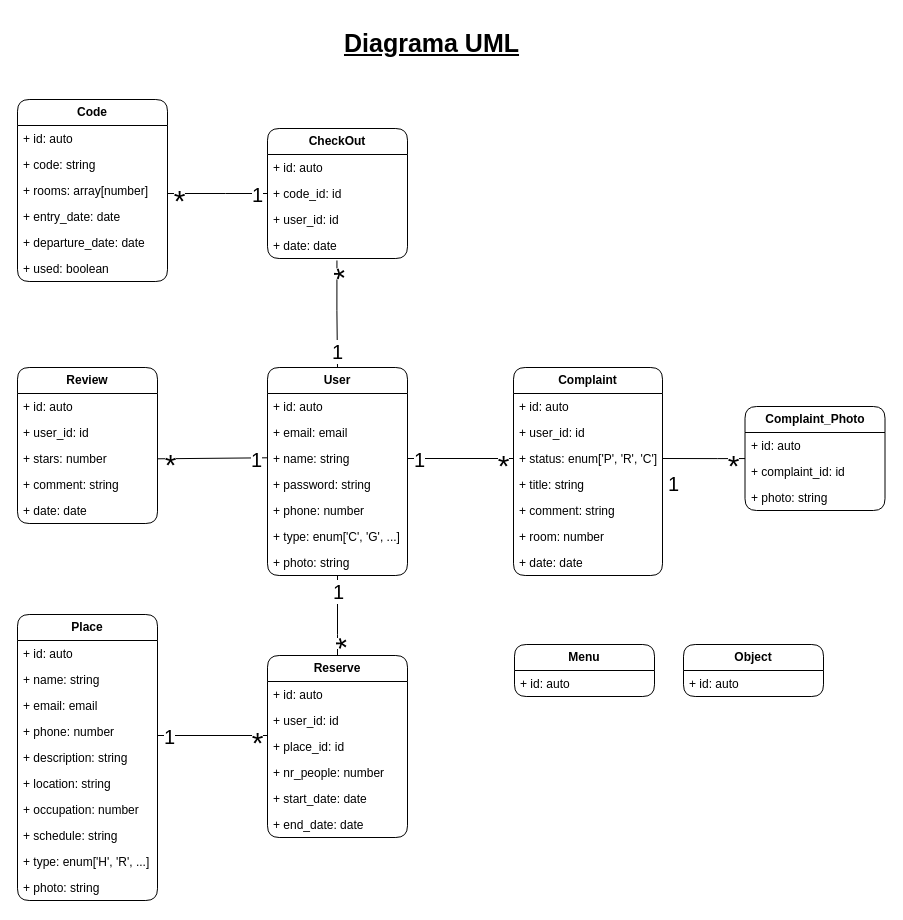
Happy-Guest/HG-Notes keeps this draw.io diagram as page "Diagrama UML" (1 of 2) of HappyGuest.drawio. Above is the earlier version. Source tidied: cells renumbered, new cells numbered last; positions are measured from the earlier drawing's top-left corner, leaving out a move shared by most shapes. Both pictures are drawn from the tidied source at 100%, with x=0, y=0 at pixel (17, 17).
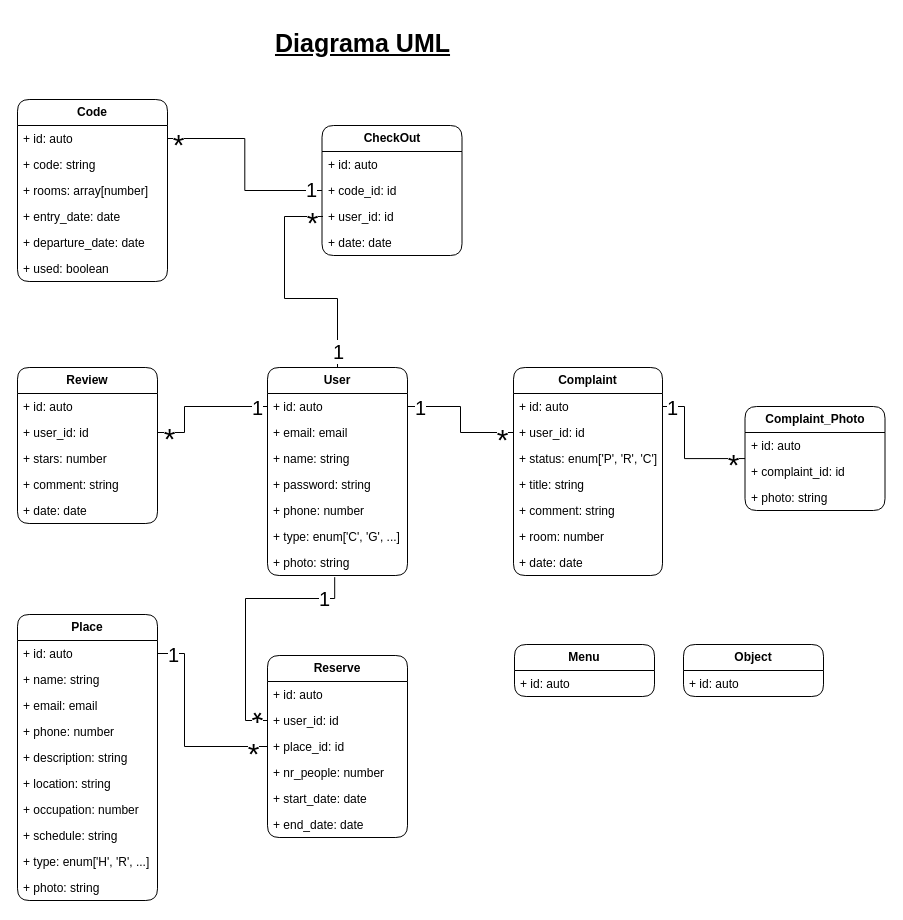
Above is the later version.

Commit message:
Actualizar UML

Unchanged cells that the change refers to:
```xml
<mxCell id="2" value="&lt;b&gt;User&lt;/b&gt;" style="swimlane;fontStyle=0;horizontal=1;startSize=26;fillColor=none;whiteSpace=wrap;html=1;perimeterSpacing=0;rounded=1;" parent="1" vertex="1">
  <mxGeometry x="250" y="350" width="140" height="208" as="geometry" />
</mxCell>
<mxCell id="3" value="+ id: auto" style="text;strokeColor=none;fillColor=none;align=left;verticalAlign=top;spacingLeft=4;spacingRight=4;overflow=hidden;points=[[0,0.5],[1,0.5]];portConstraint=eastwest;whiteSpace=wrap;html=1;" parent="2" vertex="1">
  <mxGeometry y="26" width="140" height="26" as="geometry" />
</mxCell>
<mxCell id="5" value="+ name: string" style="text;strokeColor=none;fillColor=none;align=left;verticalAlign=top;spacingLeft=4;spacingRight=4;overflow=hidden;points=[[0,0.5],[1,0.5]];portConstraint=eastwest;whiteSpace=wrap;html=1;" parent="2" vertex="1">
  <mxGeometry y="78" width="140" height="26" as="geometry" />
</mxCell>
<mxCell id="9" value="+ photo: string" style="text;strokeColor=none;fillColor=none;align=left;verticalAlign=top;spacingLeft=4;spacingRight=4;overflow=hidden;points=[[0,0.5],[1,0.5]];portConstraint=eastwest;whiteSpace=wrap;html=1;" parent="2" vertex="1">
  <mxGeometry y="182" width="140" height="26" as="geometry" />
</mxCell>
<mxCell id="12" value="+ id: auto" style="text;strokeColor=none;fillColor=none;align=left;verticalAlign=top;spacingLeft=4;spacingRight=4;overflow=hidden;points=[[0,0.5],[1,0.5]];portConstraint=eastwest;whiteSpace=wrap;html=1;" parent="11" vertex="1">
  <mxGeometry y="26" width="150" height="26" as="geometry" />
</mxCell>
<mxCell id="19" value="+ id: auto" style="text;strokeColor=none;fillColor=none;align=left;verticalAlign=top;spacingLeft=4;spacingRight=4;overflow=hidden;points=[[0,0.5],[1,0.5]];portConstraint=eastwest;whiteSpace=wrap;html=1;" parent="18" vertex="1">
  <mxGeometry y="26" width="149" height="26" as="geometry" />
</mxCell>
<mxCell id="20" value="+ user_id: id" style="text;strokeColor=none;fillColor=none;align=left;verticalAlign=top;spacingLeft=4;spacingRight=4;overflow=hidden;points=[[0,0.5],[1,0.5]];portConstraint=eastwest;whiteSpace=wrap;html=1;" parent="18" vertex="1">
  <mxGeometry y="52" width="149" height="26" as="geometry" />
</mxCell>
<mxCell id="21" value="+ status: enum['P', 'R', 'C']" style="text;strokeColor=none;fillColor=none;align=left;verticalAlign=top;spacingLeft=4;spacingRight=4;overflow=hidden;points=[[0,0.5],[1,0.5]];portConstraint=eastwest;whiteSpace=wrap;html=1;" parent="18" vertex="1">
  <mxGeometry y="78" width="149" height="26" as="geometry" />
</mxCell>
<mxCell id="23" value="+ comment: string" style="text;strokeColor=none;fillColor=none;align=left;verticalAlign=top;spacingLeft=4;spacingRight=4;overflow=hidden;points=[[0,0.5],[1,0.5]];portConstraint=eastwest;whiteSpace=wrap;html=1;" parent="18" vertex="1">
  <mxGeometry y="130" width="149" height="26" as="geometry" />
</mxCell>
<mxCell id="28" value="+ user_id: id" style="text;strokeColor=none;fillColor=none;align=left;verticalAlign=top;spacingLeft=4;spacingRight=4;overflow=hidden;points=[[0,0.5],[1,0.5]];portConstraint=eastwest;whiteSpace=wrap;html=1;" parent="26" vertex="1">
  <mxGeometry y="52" width="140" height="26" as="geometry" />
</mxCell>
<mxCell id="33" value="+ id: auto" style="text;strokeColor=none;fillColor=none;align=left;verticalAlign=top;spacingLeft=4;spacingRight=4;overflow=hidden;points=[[0,0.5],[1,0.5]];portConstraint=eastwest;whiteSpace=wrap;html=1;" parent="32" vertex="1">
  <mxGeometry y="26" width="140" height="26" as="geometry" />
</mxCell>
<mxCell id="37" value="+ id: auto" style="text;strokeColor=none;fillColor=none;align=left;verticalAlign=top;spacingLeft=4;spacingRight=4;overflow=hidden;points=[[0,0.5],[1,0.5]];portConstraint=eastwest;whiteSpace=wrap;html=1;" parent="36" vertex="1">
  <mxGeometry y="26" width="140" height="26" as="geometry" />
</mxCell>
<mxCell id="56" value="&lt;b&gt;Reserve&lt;br&gt;&lt;/b&gt;" style="swimlane;fontStyle=0;horizontal=1;startSize=26;fillColor=none;whiteSpace=wrap;html=1;perimeterSpacing=0;rounded=1;" parent="1" vertex="1">
  <mxGeometry x="250" y="638" width="140" height="182" as="geometry" />
</mxCell>
<mxCell id="58" value="+ user_id: id" style="text;strokeColor=none;fillColor=none;align=left;verticalAlign=top;spacingLeft=4;spacingRight=4;overflow=hidden;points=[[0,0.5],[1,0.5]];portConstraint=eastwest;whiteSpace=wrap;html=1;" parent="56" vertex="1">
  <mxGeometry y="52" width="140" height="26" as="geometry" />
</mxCell>
<mxCell id="59" value="+ place_id: id" style="text;strokeColor=none;fillColor=none;align=left;verticalAlign=top;spacingLeft=4;spacingRight=4;overflow=hidden;points=[[0,0.5],[1,0.5]];portConstraint=eastwest;whiteSpace=wrap;html=1;" parent="56" vertex="1">
  <mxGeometry y="78" width="140" height="26" as="geometry" />
</mxCell>
<mxCell id="75" value="+ code_id: id" style="text;strokeColor=none;fillColor=none;align=left;verticalAlign=top;spacingLeft=4;spacingRight=4;overflow=hidden;points=[[0,0.5],[1,0.5]];portConstraint=eastwest;whiteSpace=wrap;html=1;" parent="73" vertex="1">
  <mxGeometry y="52" width="140" height="26" as="geometry" />
</mxCell>
<mxCell id="77" value="+ date: date" style="text;strokeColor=none;fillColor=none;align=left;verticalAlign=top;spacingLeft=4;spacingRight=4;overflow=hidden;points=[[0,0.5],[1,0.5]];portConstraint=eastwest;whiteSpace=wrap;html=1;" parent="73" vertex="1">
  <mxGeometry y="104" width="140" height="26" as="geometry" />
</mxCell>
```

Diff of the diagram source:
```diff
@@
     <mxCell id="10" value="Diagrama UML" style="text;html=1;align=center;verticalAlign=middle;strokeColor=none;fillColor=none;fontSize=25;fontStyle=5;" parent="1" vertex="1">
-      <mxGeometry x="313.5" width="200" height="50" as="geometry" />
+      <mxGeometry x="244.5" width="200" height="50" as="geometry" />
     </mxCell>
@@
-    <mxCell id="47" style="edgeStyle=orthogonalEdgeStyle;rounded=0;jettySize=auto;html=1;entryX=1;entryY=0.5;entryDx=0;entryDy=0;endArrow=none;endFill=0;exitX=0;exitY=0.5;exitDx=0;exitDy=0;" parent="1" edge="1" source="21" target="5">
+    <mxCell id="47" style="edgeStyle=orthogonalEdgeStyle;rounded=0;jettySize=auto;html=1;entryX=1;entryY=0.5;entryDx=0;entryDy=0;endArrow=none;endFill=0;exitX=0;exitY=0.5;exitDx=0;exitDy=0;" parent="1" edge="1" source="20" target="3">
       <mxGeometry relative="1" as="geometry" />
     </mxCell>
@@
-    <mxCell id="50" style="edgeStyle=orthogonalEdgeStyle;rounded=0;jettySize=auto;html=1;endArrow=none;endFill=0;exitX=0;exitY=1.002;exitDx=0;exitDy=0;exitPerimeter=0;entryX=1;entryY=0.5;entryDx=0;entryDy=0;" parent="1" edge="1" source="33" target="23">
+    <mxCell id="50" style="edgeStyle=orthogonalEdgeStyle;rounded=0;jettySize=auto;html=1;endArrow=none;endFill=0;exitX=0;exitY=1.002;exitDx=0;exitDy=0;exitPerimeter=0;entryX=1;entryY=0.5;entryDx=0;entryDy=0;" parent="1" edge="1" source="33" target="19">
       <mxGeometry relative="1" as="geometry">
         <Array as="points">
-          <mxPoint x="700" y="441" />
-          <mxPoint x="700" y="441" />
+          <mxPoint x="667" y="441" />
+          <mxPoint x="667" y="389" />
         </Array>
       </mxGeometry>
     </mxCell>
     <mxCell id="51" value="&lt;font style=&quot;font-size: 30px;&quot;&gt;*&lt;/font&gt;" style="edgeLabel;html=1;align=center;verticalAlign=middle;" parent="50" vertex="1">
       <mxGeometry x="-0.92" relative="1" as="geometry">
-        <mxPoint x="-7" y="6" as="offset" />
+        <mxPoint x="-7" y="5" as="offset" />
       </mxGeometry>
     </mxCell>
     <mxCell id="52" value="&lt;font style=&quot;font-size: 20px;&quot;&gt;1&lt;/font&gt;" style="edgeLabel;html=1;align=center;verticalAlign=middle;" parent="50" vertex="1">
       <mxGeometry x="0.92" y="1" relative="1" as="geometry">
-        <mxPoint x="9" y="-22" as="offset" />
+        <mxPoint x="4" y="-1" as="offset" />
       </mxGeometry>
     </mxCell>
-    <mxCell id="53" style="edgeStyle=orthogonalEdgeStyle;rounded=0;orthogonalLoop=1;jettySize=auto;html=1;endArrow=none;endFill=0;exitX=0;exitY=0.5;exitDx=0;exitDy=0;" parent="1" edge="1">
+    <mxCell id="53" style="edgeStyle=orthogonalEdgeStyle;rounded=0;jettySize=auto;html=1;endArrow=none;endFill=0;exitX=0;exitY=0.5;exitDx=0;exitDy=0;entryX=1;entryY=0.5;entryDx=0;entryDy=0;" parent="1" edge="1" source="3" target="28">
       <mxGeometry relative="1" as="geometry">
-        <mxPoint x="250" y="441.7" as="sourcePoint" />
-        <mxPoint x="140" y="441.3" as="targetPoint" />
         <Array as="points">
-          <mxPoint x="250" y="440.3" />
-          <mxPoint x="140" y="440.3" />
+          <mxPoint x="167" y="389" />
+          <mxPoint x="167" y="415" />
         </Array>
       </mxGeometry>
     </mxCell>
     <mxCell id="54" value="&lt;font style=&quot;font-size: 30px;&quot;&gt;*&lt;/font&gt;" style="edgeLabel;html=1;align=center;verticalAlign=middle;" parent="53" vertex="1">
       <mxGeometry x="-0.92" relative="1" as="geometry">
-        <mxPoint x="-95" y="6" as="offset" />
+        <mxPoint x="-94" y="31" as="offset" />
       </mxGeometry>
     </mxCell>
     <mxCell id="55" value="&lt;font style=&quot;font-size: 20px;&quot;&gt;1&lt;/font&gt;" style="edgeLabel;html=1;align=center;verticalAlign=middle;" parent="53" vertex="1">
       <mxGeometry x="0.92" y="1" relative="1" as="geometry">
-        <mxPoint x="94" y="-1" as="offset" />
+        <mxPoint x="94" y="-27" as="offset" />
       </mxGeometry>
     </mxCell>
@@
-    <mxCell id="63" style="edgeStyle=orthogonalEdgeStyle;rounded=0;orthogonalLoop=1;jettySize=auto;html=1;entryX=1;entryY=0.5;entryDx=0;entryDy=0;endArrow=none;endFill=0;" parent="1" edge="1">
+    <mxCell id="63" style="edgeStyle=orthogonalEdgeStyle;rounded=0;jettySize=auto;html=1;entryX=1;entryY=0.5;entryDx=0;entryDy=0;endArrow=none;endFill=0;exitX=0;exitY=0.5;exitDx=0;exitDy=0;" parent="1" edge="1" source="59" target="37">
       <mxGeometry relative="1" as="geometry">
-        <mxPoint x="250" y="718" as="sourcePoint" />
-        <mxPoint x="140" y="718" as="targetPoint" />
         <Array as="points">
-          <mxPoint x="250" y="718" />
+          <mxPoint x="167" y="729" />
+          <mxPoint x="167" y="636" />
         </Array>
       </mxGeometry>
     </mxCell>
@@
-    <mxCell id="66" style="edgeStyle=orthogonalEdgeStyle;rounded=0;jettySize=auto;html=1;endArrow=none;endFill=0;exitX=0.5;exitY=0;exitDx=0;exitDy=0;" parent="1" edge="1" source="56" target="9">
+    <mxCell id="66" style="edgeStyle=orthogonalEdgeStyle;rounded=0;jettySize=auto;html=1;endArrow=none;endFill=0;exitX=0;exitY=0.5;exitDx=0;exitDy=0;entryX=0.48;entryY=1.064;entryDx=0;entryDy=0;entryPerimeter=0;" parent="1" edge="1" source="58" target="9">
       <mxGeometry relative="1" as="geometry">
         <Array as="points">
-          <mxPoint x="320" y="617" />
-          <mxPoint x="320" y="617" />
+          <mxPoint x="228" y="703" />
+          <mxPoint x="228" y="581" />
+          <mxPoint x="317" y="581" />
         </Array>
       </mxGeometry>
     </mxCell>
-    <mxCell id="67" value="&lt;font style=&quot;font-size: 30px;&quot;&gt;*&lt;/font&gt;" style="edgeLabel;html=1;align=center;verticalAlign=middle;spacing=2;labelBackgroundColor=default;imageHeight=10;imageWidth=24;labelBorderColor=none;rotation=-90;" parent="66" vertex="1">
+    <mxCell id="67" value="&lt;font style=&quot;font-size: 30px;&quot;&gt;*&lt;/font&gt;" style="edgeLabel;html=1;align=center;verticalAlign=middle;spacing=2;labelBackgroundColor=default;imageHeight=10;imageWidth=24;labelBorderColor=none;rotation=-180;" parent="66" vertex="1">
       <mxGeometry x="-0.92" relative="1" as="geometry">
-        <mxPoint x="7" y="-7" as="offset" />
+        <mxPoint x="2" y="-5" as="offset" />
       </mxGeometry>
     </mxCell>
-    <mxCell id="68" value="&lt;font style=&quot;font-size: 20px;&quot;&gt;1&lt;/font&gt;" style="edgeLabel;html=1;align=center;verticalAlign=middle;" parent="66" vertex="1">
-      <mxGeometry x="0.92" y="1" relative="1" as="geometry">
-        <mxPoint x="1" y="12" as="offset" />
-      </mxGeometry>
-    </mxCell>
@@
     <mxCell id="73" value="&lt;b&gt;CheckOut&lt;br&gt;&lt;/b&gt;" style="swimlane;fontStyle=0;horizontal=1;startSize=26;fillColor=none;whiteSpace=wrap;html=1;perimeterSpacing=0;rounded=1;" parent="1" vertex="1">
-      <mxGeometry x="250" y="111" width="140" height="130" as="geometry" />
+      <mxGeometry x="304.5" y="108" width="140" height="130" as="geometry" />
     </mxCell>
@@
-    <mxCell id="78" style="edgeStyle=orthogonalEdgeStyle;rounded=0;jettySize=auto;html=1;endArrow=none;endFill=0;exitX=0;exitY=0.5;exitDx=0;exitDy=0;" parent="1" edge="1" source="75">
-      <mxGeometry relative="1" as="geometry">
-        <mxPoint x="150" y="176" as="targetPoint" />
-        <Array as="points">
-          <mxPoint x="208" y="176" />
-          <mxPoint x="208" y="176" />
-        </Array>
-      </mxGeometry>
-    </mxCell>
-    <mxCell id="79" value="&lt;font style=&quot;font-size: 30px;&quot;&gt;*&lt;/font&gt;" style="edgeLabel;html=1;align=center;verticalAlign=middle;" parent="78" vertex="1">
-      <mxGeometry x="-0.92" relative="1" as="geometry">
-        <mxPoint x="-85" y="6" as="offset" />
-      </mxGeometry>
-    </mxCell>
-    <mxCell id="80" value="&lt;font style=&quot;font-size: 20px;&quot;&gt;1&lt;/font&gt;" style="edgeLabel;html=1;align=center;verticalAlign=middle;" parent="78" vertex="1">
-      <mxGeometry x="0.92" y="1" relative="1" as="geometry">
-        <mxPoint x="85" y="-1" as="offset" />
-      </mxGeometry>
-    </mxCell>
-    <mxCell id="81" style="edgeStyle=orthogonalEdgeStyle;rounded=0;jettySize=auto;html=1;endArrow=none;endFill=0;exitX=0.496;exitY=1.076;exitDx=0;exitDy=0;exitPerimeter=0;entryX=0.5;entryY=0;entryDx=0;entryDy=0;" parent="1" edge="1" source="77" target="2">
+    <mxCell id="81" style="edgeStyle=orthogonalEdgeStyle;rounded=0;orthogonalLoop=1;jettySize=auto;html=1;endArrow=none;endFill=0;exitX=0;exitY=0.5;exitDx=0;exitDy=0;entryX=0.5;entryY=0;entryDx=0;entryDy=0;" parent="1" edge="1">
       <mxGeometry relative="1" as="geometry">
+        <mxPoint x="305.5" y="199" as="sourcePoint" />
+        <mxPoint x="320" y="350" as="targetPoint" />
         <Array as="points">
-          <mxPoint x="319" y="293" />
+          <mxPoint x="267" y="199" />
+          <mxPoint x="267" y="281" />
+          <mxPoint x="320" y="281" />
         </Array>
       </mxGeometry>
     </mxCell>
-    <mxCell id="82" value="&lt;font style=&quot;font-size: 30px;&quot;&gt;*&lt;/font&gt;" style="edgeLabel;html=1;align=center;verticalAlign=middle;rotation=-90;" parent="81" vertex="1">
+    <mxCell id="82" value="&lt;font style=&quot;font-size: 30px;&quot;&gt;*&lt;/font&gt;" style="edgeLabel;html=1;align=center;verticalAlign=middle;rotation=0;" parent="81" vertex="1">
       <mxGeometry x="-0.92" relative="1" as="geometry">
-        <mxPoint x="7" y="11" as="offset" />
+        <mxPoint x="-1" y="5" as="offset" />
       </mxGeometry>
     </mxCell>
-    <mxCell id="83" value="&lt;font style=&quot;font-size: 20px;&quot;&gt;1&lt;/font&gt;" style="edgeLabel;html=1;align=center;verticalAlign=middle;" parent="1" vertex="1">
-      <mxGeometry x="319" y="333" as="geometry" />
-    </mxCell>
+    <mxCell id="84" style="edgeStyle=orthogonalEdgeStyle;rounded=0;jettySize=auto;html=1;entryX=0;entryY=0.5;entryDx=0;entryDy=0;endArrow=none;endFill=0;" parent="1" edge="1" source="12" target="75">
+      <mxGeometry relative="1" as="geometry" />
+    </mxCell>
+    <mxCell id="85" value="&lt;font style=&quot;font-size: 20px;&quot;&gt;1&lt;/font&gt;" style="edgeLabel;html=1;align=center;verticalAlign=middle;" parent="1" vertex="1">
+      <mxGeometry x="293" y="171" as="geometry" />
+    </mxCell>
+    <mxCell id="79" value="&lt;font style=&quot;font-size: 30px;&quot;&gt;*&lt;/font&gt;" style="edgeLabel;html=1;align=center;verticalAlign=middle;" parent="1" vertex="1">
+      <mxGeometry x="160" y="126" as="geometry" />
+    </mxCell>
+    <mxCell id="86" value="&lt;font style=&quot;font-size: 20px;&quot;&gt;1&lt;/font&gt;" style="edgeLabel;html=1;align=center;verticalAlign=middle;" parent="1" vertex="1">
+      <mxGeometry x="281.5" y="490" as="geometry">
+        <mxPoint x="25" y="90" as="offset" />
+      </mxGeometry>
+    </mxCell>
+    <mxCell id="87" value="&lt;font style=&quot;font-size: 20px;&quot;&gt;1&lt;/font&gt;" style="edgeLabel;html=1;align=center;verticalAlign=middle;" parent="1" vertex="1">
+      <mxGeometry x="320" y="333" as="geometry" />
+    </mxCell>
```
